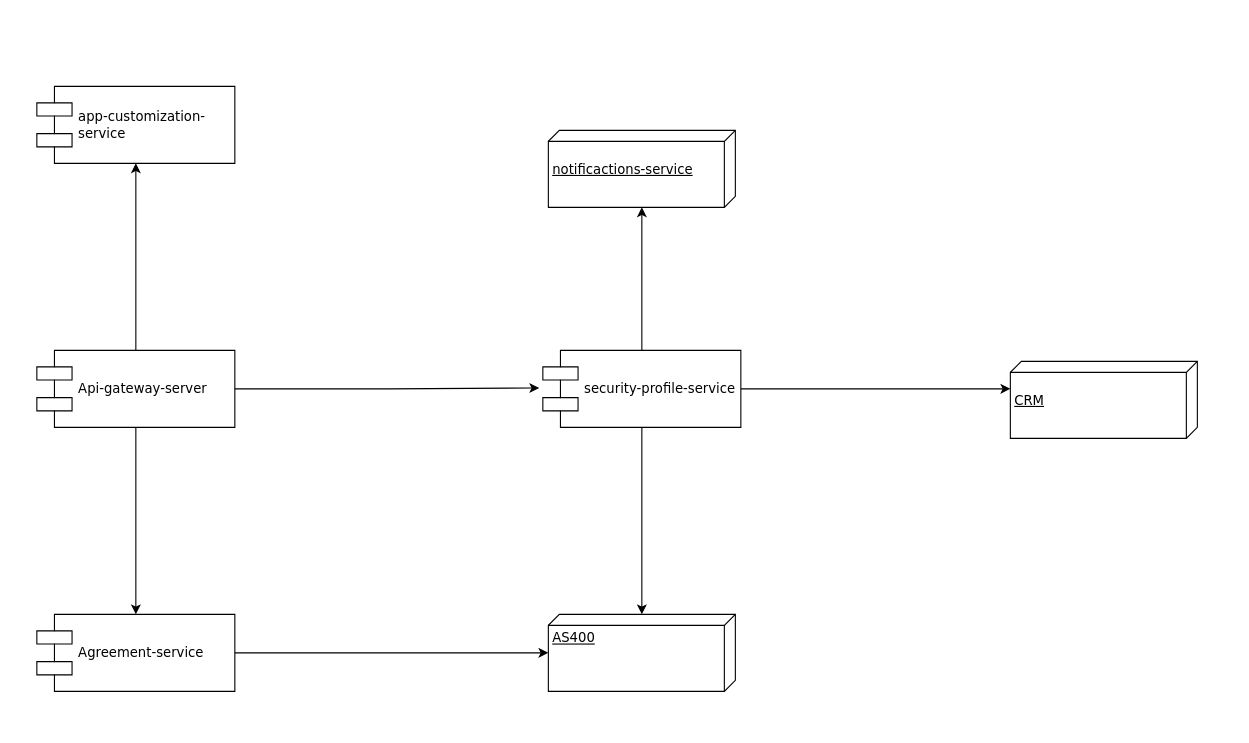
This is Untitled Diagram.drawio from StevenGpByte/ActualizacionDatos, a draw.io file, before an edit. Source tidied: cells renumbered, new cells numbered last; positions are measured from the earlier drawing's top-left corner, leaving out a move shared by most shapes. Both pictures are drawn from the tidied source at 110%, with x=0, y=0 at pixel (36, 86).
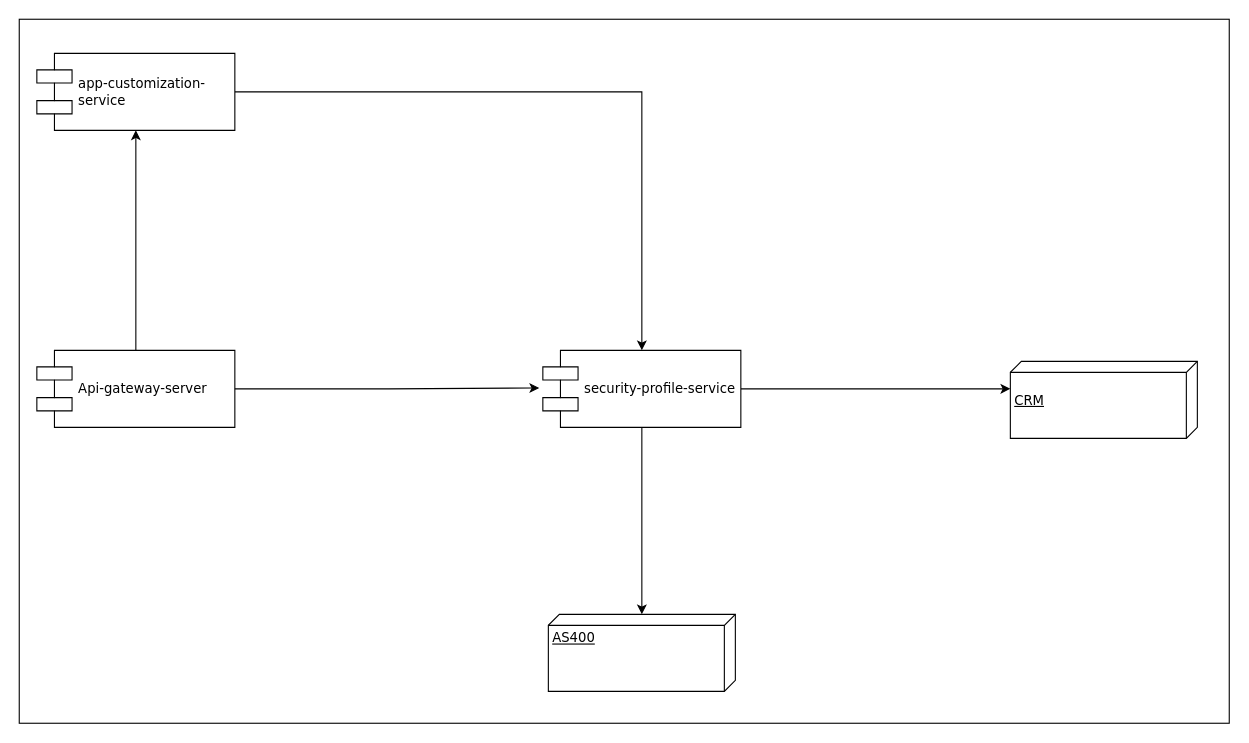
The same page after the edit.

Diff of the diagram source:
```diff
@@
 <mxGraphModel>
   <root>
     <mxCell id="0" />
     <mxCell id="1" parent="0" />
-    <mxCell id="2" style="edgeStyle=orthogonalEdgeStyle;rounded=0;jettySize=auto;html=1;" parent="1" edge="1" source="4" target="13">
-      <mxGeometry relative="1" as="geometry" />
-    </mxCell>
+    <mxCell id="16" style="rounded=0;whiteSpace=wrap;html=1;" parent="1" vertex="1">
+      <mxGeometry x="-16" y="-61" width="1100" height="640" as="geometry" />
+    </mxCell>
     <mxCell id="3" style="edgeStyle=orthogonalEdgeStyle;rounded=0;jettySize=auto;html=1;" parent="1" edge="1" source="4" target="14">
       <mxGeometry relative="1" as="geometry" />
     </mxCell>
     <mxCell id="4" value="Api-gateway-server" style="shape=component;align=left;spacingLeft=36;rounded=0;shadow=0;comic=0;labelBackgroundColor=none;strokeWidth=1;fontFamily=Verdana;fontSize=12;html=1;" parent="1" vertex="1">
       <mxGeometry y="240" width="180" height="70" as="geometry" />
     </mxCell>
-    <mxCell id="5" style="edgeStyle=orthogonalEdgeStyle;rounded=0;jettySize=auto;html=1;" parent="1" edge="1" source="8" target="11">
-      <mxGeometry relative="1" as="geometry" />
-    </mxCell>
     <mxCell id="6" style="edgeStyle=orthogonalEdgeStyle;rounded=0;jettySize=auto;html=1;" parent="1" edge="1" source="8" target="15">
       <mxGeometry relative="1" as="geometry">
         <Array as="points">
           <mxPoint x="775" y="275" />
           <mxPoint x="775" y="275" />
         </Array>
       </mxGeometry>
     </mxCell>
     <mxCell id="7" style="edgeStyle=orthogonalEdgeStyle;rounded=0;jettySize=auto;html=1;" parent="1" edge="1" source="8" target="10">
       <mxGeometry relative="1" as="geometry" />
     </mxCell>
     <mxCell id="8" value="security-profile-service" style="shape=component;align=left;spacingLeft=36;rounded=0;shadow=0;comic=0;labelBackgroundColor=none;strokeWidth=1;fontFamily=Verdana;fontSize=12;html=1;" parent="1" vertex="1">
       <mxGeometry x="460" y="240" width="180" height="70" as="geometry" />
     </mxCell>
     <mxCell id="9" style="edgeStyle=orthogonalEdgeStyle;rounded=0;jettySize=auto;html=1;entryX=-0.018;entryY=0.488;entryDx=0;entryDy=0;entryPerimeter=0;" parent="1" edge="1" source="4" target="8">
       <mxGeometry relative="1" as="geometry" />
     </mxCell>
     <mxCell id="10" value="AS400" style="verticalAlign=top;align=left;spacingTop=8;spacingLeft=2;spacingRight=12;shape=cube;size=10;direction=south;fontStyle=4;html=1;rounded=0;shadow=0;comic=0;labelBackgroundColor=none;strokeWidth=1;fontFamily=Verdana;fontSize=12;" parent="1" vertex="1">
       <mxGeometry x="465" y="480" width="170" height="70" as="geometry" />
     </mxCell>
-    <mxCell id="11" value="&lt;br&gt;notificactions-service" style="verticalAlign=top;align=left;spacingTop=8;spacingLeft=2;spacingRight=12;shape=cube;size=10;direction=south;fontStyle=4;html=1;rounded=0;shadow=0;comic=0;labelBackgroundColor=none;strokeWidth=1;fontFamily=Verdana;fontSize=12;" parent="1" vertex="1">
-      <mxGeometry x="465" y="40" width="170" height="70" as="geometry" />
-    </mxCell>
-    <mxCell id="12" style="edgeStyle=orthogonalEdgeStyle;rounded=0;jettySize=auto;html=1;" parent="1" edge="1" source="13" target="10">
-      <mxGeometry relative="1" as="geometry" />
-    </mxCell>
-    <mxCell id="13" value="Agreement-service" style="shape=component;align=left;spacingLeft=36;rounded=0;shadow=0;comic=0;labelBackgroundColor=none;strokeWidth=1;fontFamily=Verdana;fontSize=12;html=1;" parent="1" vertex="1">
-      <mxGeometry y="480" width="180" height="70" as="geometry" />
-    </mxCell>
+    <mxCell id="17" style="edgeStyle=orthogonalEdgeStyle;rounded=0;jettySize=auto;html=1;" parent="1" edge="1" source="14" target="8">
+      <mxGeometry relative="1" as="geometry">
+        <Array as="points">
+          <mxPoint x="550" y="5" />
+        </Array>
+      </mxGeometry>
+    </mxCell>
     <mxCell id="14" value="app-customization-&lt;br&gt;service" style="shape=component;align=left;spacingLeft=36;rounded=0;shadow=0;comic=0;labelBackgroundColor=none;strokeWidth=1;fontFamily=Verdana;fontSize=12;html=1;" parent="1" vertex="1">
-      <mxGeometry width="180" height="70" as="geometry" />
+      <mxGeometry y="-30" width="180" height="70" as="geometry" />
     </mxCell>
     <mxCell id="15" value="&lt;br&gt;CRM" style="verticalAlign=top;align=left;spacingTop=8;spacingLeft=2;spacingRight=12;shape=cube;size=10;direction=south;fontStyle=4;html=1;rounded=0;shadow=0;comic=0;labelBackgroundColor=none;strokeWidth=1;fontFamily=Verdana;fontSize=12;" parent="1" vertex="1">
       <mxGeometry x="885" y="250" width="170" height="70" as="geometry" />
     </mxCell>
   </root>
 </mxGraphModel>
```
